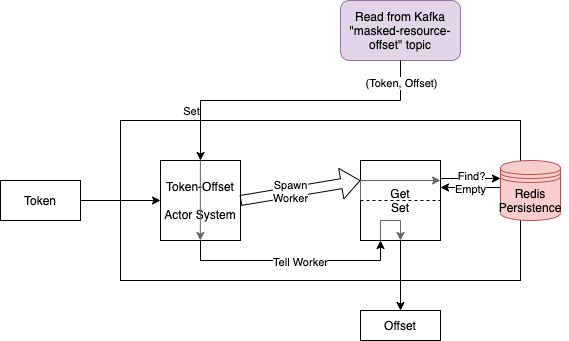
Earlier version of the draw.io export filtered-resource-service/doc/Filtered-Resource-Offset-Early-Client.png (gchq/Palisade-services). Source tidied: cells renumbered, new cells last; positions are measured from the earlier drawing's top-left corner, leaving out a move shared by most shapes.
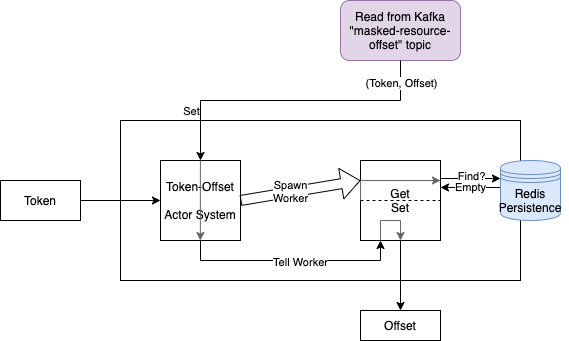
The same file after the commit.

Change to the diagram source:
```diff
@@ -74,10 +74,10 @@
     </mxCell>
     <mxCell id="16" value="Empty" style="edgeLabel;html=1;align=center;verticalAlign=middle;" parent="15" vertex="1">
       <mxGeometry relative="1" as="geometry">
-        <mxPoint x="-2" y="1" as="offset" />
+        <mxPoint x="-2" y="-1" as="offset" />
       </mxGeometry>
     </mxCell>
-    <mxCell id="17" value="&lt;div&gt;Redis&lt;/div&gt;&lt;div&gt;Persistence&lt;br&gt;&lt;/div&gt;" style="shape=datastore;whiteSpace=wrap;html=1;fillColor=#f8cecc;strokeColor=#b85450;" parent="1" vertex="1">
+    <mxCell id="17" value="&lt;div&gt;Redis&lt;/div&gt;&lt;div&gt;Persistence&lt;br&gt;&lt;/div&gt;" style="shape=datastore;whiteSpace=wrap;html=1;fillColor=#dae8fc;strokeColor=#6c8ebf;" parent="1" vertex="1">
       <mxGeometry x="500" y="160" width="60" height="60" as="geometry" />
     </mxCell>
     <mxCell id="18" style="edgeStyle=orthogonalEdgeStyle;rounded=0;jumpStyle=none;jettySize=auto;html=1;exitX=1;exitY=0.25;exitDx=0;exitDy=0;entryX=0;entryY=0.3;entryDx=0;entryDy=0;" parent="1" edge="1" source="3" target="17">
```
